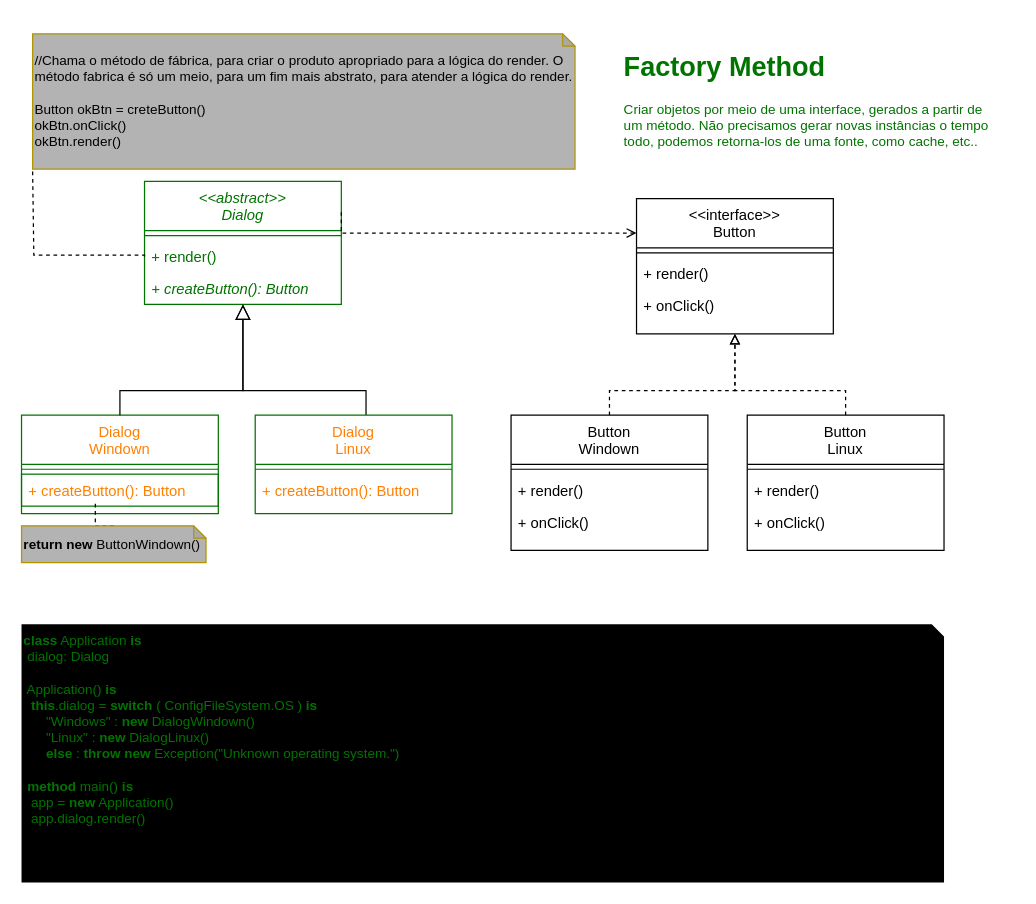
bcmes/diagrams keeps this draw.io diagram as page "Factory Method" (1 of 3) of Design Patterns.drawio. Above is the earlier version. Source tidied: cells renumbered, new cells numbered last; positions are measured from the earlier drawing's top-left corner, leaving out a move shared by most shapes. Both pictures are drawn from the tidied source at 123%, with x=0, y=0 at pixel (21, 33).
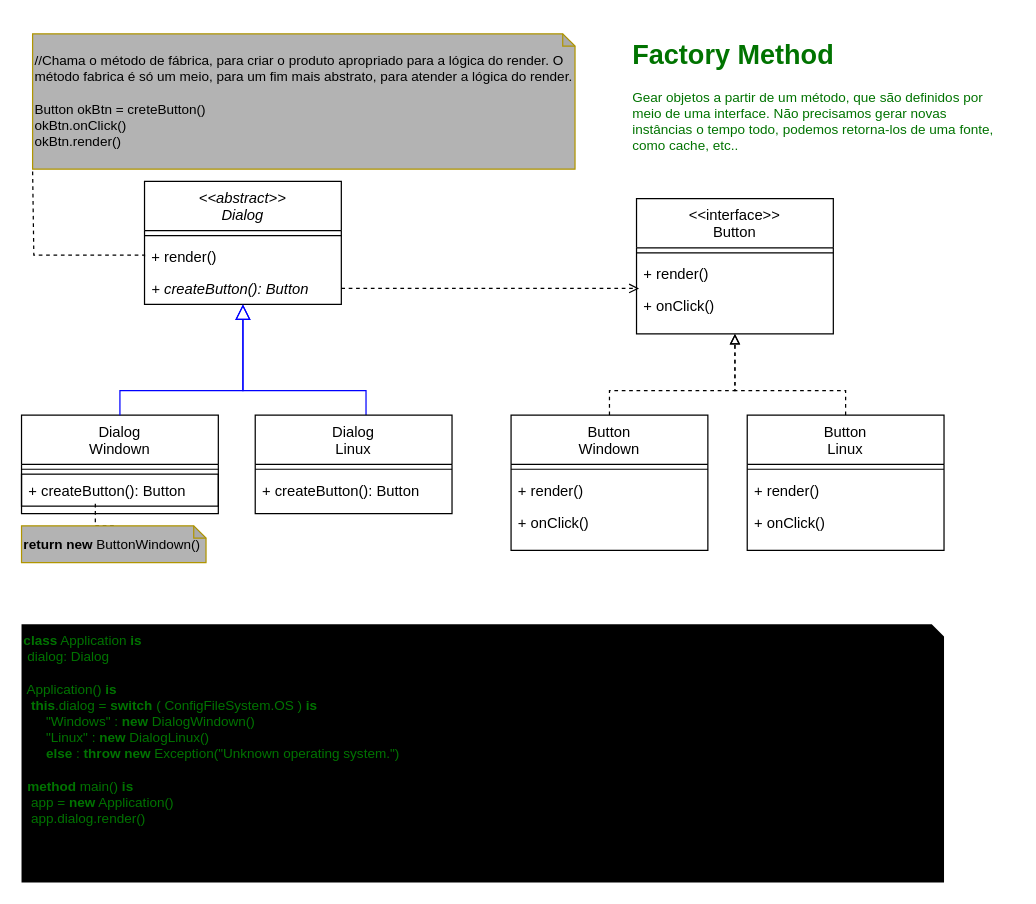
The same diagram, later.

Unchanged cells that the change refers to:
```xml
<mxCell id="12" value="&lt;&lt;interface&gt;&gt;&#10;Button" style="swimlane;fontStyle=0;align=center;verticalAlign=top;horizontal=1;startSize=40;rounded=0;shadow=0;strokeWidth=1;" parent="1" vertex="1">
  <mxGeometry x="500" y="134" width="160" height="110" as="geometry" />
</mxCell>
<mxCell id="14" value="+ render()" style="text;align=left;verticalAlign=top;spacingLeft=4;spacingRight=4;overflow=hidden;points=[[0,0.5],[1,0.5]];portConstraint=eastwest;" parent="12" vertex="1">
  <mxGeometry y="48" width="160" height="26" as="geometry" />
</mxCell>
```

What changed in the source:
```diff
@@
-    <mxCell id="2" value="&lt;&lt;abstract&gt;&gt;&#10;Dialog" style="swimlane;fontStyle=2;align=center;verticalAlign=top;horizontal=1;startSize=40;rounded=0;shadow=0;strokeWidth=1;fontColor=#007300;strokeColor=#007300;" parent="1" vertex="1">
+    <mxCell id="2" value="&lt;&lt;abstract&gt;&gt;&#10;Dialog" style="swimlane;fontStyle=2;align=center;verticalAlign=top;horizontal=1;startSize=40;rounded=0;shadow=0;strokeWidth=1;fontColor=#000000;strokeColor=#000000;" parent="1" vertex="1">
       <mxGeometry x="100" y="120" width="160" height="100" as="geometry" />
     </mxCell>
-    <mxCell id="3" style="line;html=1;strokeWidth=1;align=left;verticalAlign=middle;spacingTop=-1;spacingLeft=3;spacingRight=3;labelPosition=right;fontColor=#007300;strokeColor=#007300;" parent="2" vertex="1">
+    <mxCell id="3" style="line;html=1;strokeWidth=1;align=left;verticalAlign=middle;spacingTop=-1;spacingLeft=3;spacingRight=3;labelPosition=right;fontColor=#000000;strokeColor=#000000;" parent="2" vertex="1">
       <mxGeometry y="40" width="160" height="8" as="geometry" />
     </mxCell>
-    <mxCell id="4" value="+ render()" style="text;align=left;verticalAlign=top;spacingLeft=4;spacingRight=4;overflow=hidden;points=[[0,0.5],[1,0.5]];portConstraint=eastwest;fontColor=#007300;" parent="2" vertex="1">
+    <mxCell id="4" value="+ render()" style="text;align=left;verticalAlign=top;spacingLeft=4;spacingRight=4;overflow=hidden;points=[[0,0.5],[1,0.5]];portConstraint=eastwest;fontColor=#000000;" parent="2" vertex="1">
       <mxGeometry y="48" width="160" height="26" as="geometry" />
     </mxCell>
-    <mxCell id="5" value="+ createButton(): Button" style="text;align=left;verticalAlign=top;spacingLeft=4;spacingRight=4;overflow=hidden;points=[[0,0.5],[1,0.5]];portConstraint=eastwest;fontStyle=2;fontColor=#007300;" parent="2" vertex="1">
+    <mxCell id="5" value="+ createButton(): Button" style="text;align=left;verticalAlign=top;spacingLeft=4;spacingRight=4;overflow=hidden;points=[[0,0.5],[1,0.5]];portConstraint=eastwest;fontStyle=2;fontColor=#000000;" parent="2" vertex="1">
       <mxGeometry y="74" width="160" height="26" as="geometry" />
     </mxCell>
-    <mxCell id="6" value="Dialog&#10;Windown" style="swimlane;fontStyle=0;align=center;verticalAlign=top;horizontal=1;startSize=40;rounded=0;shadow=0;strokeWidth=1;strokeColor=#007300;fontColor=#FF8000;" parent="1" vertex="1">
+    <mxCell id="6" value="Dialog&#10;Windown" style="swimlane;fontStyle=0;align=center;verticalAlign=top;horizontal=1;startSize=40;rounded=0;shadow=0;strokeWidth=1;strokeColor=#000000;fontColor=#000000;" parent="1" vertex="1">
       <mxGeometry y="310" width="160" height="80" as="geometry" />
     </mxCell>
-    <mxCell id="7" style="line;html=1;strokeWidth=1;align=left;verticalAlign=middle;spacingTop=-1;spacingLeft=3;spacingRight=3;labelPosition=right;strokeColor=#007300;" parent="6" vertex="1">
+    <mxCell id="7" style="line;html=1;strokeWidth=1;align=left;verticalAlign=middle;spacingTop=-1;spacingLeft=3;spacingRight=3;labelPosition=right;strokeColor=#000000;" parent="6" vertex="1">
       <mxGeometry y="40" width="160" height="8" as="geometry" />
     </mxCell>
-    <mxCell id="8" value="+ createButton(): Button" style="text;align=left;verticalAlign=top;spacingLeft=4;spacingRight=4;overflow=hidden;points=[[0,0.5],[1,0.5]];portConstraint=eastwest;strokeColor=#007300;fontColor=#FF8000;" parent="6" vertex="1">
+    <mxCell id="8" value="+ createButton(): Button" style="text;align=left;verticalAlign=top;spacingLeft=4;spacingRight=4;overflow=hidden;points=[[0,0.5],[1,0.5]];portConstraint=eastwest;strokeColor=#000000;fontColor=#000000;" parent="6" vertex="1">
       <mxGeometry y="48" width="160" height="26" as="geometry" />
     </mxCell>
-    <mxCell id="9" style="endArrow=block;endSize=10;endFill=0;shadow=0;strokeWidth=1;rounded=0;edgeStyle=elbowEdgeStyle;elbow=vertical;exitX=0.5;exitY=0;exitDx=0;exitDy=0;entryX=0.5;entryY=1;entryDx=0;entryDy=0;" parent="1" edge="1" source="6" target="2">
+    <mxCell id="9" style="endArrow=block;endSize=10;endFill=0;shadow=0;strokeWidth=1;rounded=0;edgeStyle=elbowEdgeStyle;elbow=vertical;exitX=0.5;exitY=0;exitDx=0;exitDy=0;entryX=0.5;entryY=1;entryDx=0;entryDy=0;strokeColor=#0000FF;" parent="1" edge="1" source="6" target="2">
       <mxGeometry relative="1" as="geometry">
         <Array as="points">
           <mxPoint x="130" y="290" />
         </Array>
       </mxGeometry>
     </mxCell>
-    <mxCell id="10" style="endArrow=block;endSize=10;endFill=0;shadow=0;strokeWidth=1;rounded=0;edgeStyle=elbowEdgeStyle;elbow=vertical;exitX=0.563;exitY=0;exitDx=0;exitDy=0;exitPerimeter=0;entryX=0.5;entryY=1;entryDx=0;entryDy=0;" parent="1" edge="1" source="26" target="2">
+    <mxCell id="10" style="endArrow=block;endSize=10;endFill=0;shadow=0;strokeWidth=1;rounded=0;edgeStyle=elbowEdgeStyle;elbow=vertical;exitX=0.563;exitY=0;exitDx=0;exitDy=0;exitPerimeter=0;entryX=0.5;entryY=1;entryDx=0;entryDy=0;strokeColor=#0000FF;" parent="1" edge="1" source="26" target="2">
       <mxGeometry relative="1" as="geometry">
         <Array as="points">
           <mxPoint x="220" y="290" />
         </Array>
       </mxGeometry>
     </mxCell>
@@
-    <mxCell id="16" style="endArrow=open;shadow=0;strokeWidth=1;rounded=0;endFill=1;edgeStyle=elbowEdgeStyle;elbow=vertical;dashed=1;exitX=1;exitY=0.25;exitDx=0;exitDy=0;entryX=0;entryY=0.25;entryDx=0;entryDy=0;" parent="1" edge="1" source="2" target="12">
+    <mxCell id="16" style="endArrow=open;shadow=0;strokeWidth=1;rounded=0;endFill=1;edgeStyle=elbowEdgeStyle;elbow=vertical;dashed=1;exitX=1;exitY=0.5;exitDx=0;exitDy=0;entryX=0.013;entryY=0.962;entryDx=0;entryDy=0;entryPerimeter=0;" parent="1" edge="1" source="5" target="14">
       <mxGeometry x="0.5" y="41" relative="1" as="geometry">
         <Array as="points">
-          <mxPoint x="380" y="162" />
+          <mxPoint x="370" y="207" />
         </Array>
         <mxPoint x="-40" y="32" as="offset" />
       </mxGeometry>
     </mxCell>
@@
-    <mxCell id="26" value="Dialog&#10;Linux" style="swimlane;fontStyle=0;align=center;verticalAlign=top;horizontal=1;startSize=40;rounded=0;shadow=0;strokeWidth=1;strokeColor=#007300;fontColor=#FF8000;" parent="1" vertex="1">
+    <mxCell id="26" value="Dialog&#10;Linux" style="swimlane;fontStyle=0;align=center;verticalAlign=top;horizontal=1;startSize=40;rounded=0;shadow=0;strokeWidth=1;strokeColor=#000000;fontColor=#000000;" parent="1" vertex="1">
       <mxGeometry x="190" y="310" width="160" height="80" as="geometry" />
     </mxCell>
-    <mxCell id="27" style="line;html=1;strokeWidth=1;align=left;verticalAlign=middle;spacingTop=-1;spacingLeft=3;spacingRight=3;labelPosition=right;strokeColor=#007300;" parent="26" vertex="1">
+    <mxCell id="27" style="line;html=1;strokeWidth=1;align=left;verticalAlign=middle;spacingTop=-1;spacingLeft=3;spacingRight=3;labelPosition=right;strokeColor=#000000;" parent="26" vertex="1">
       <mxGeometry y="40" width="160" height="8" as="geometry" />
     </mxCell>
-    <mxCell id="28" value="+ createButton(): Button" style="text;align=left;verticalAlign=top;spacingLeft=4;spacingRight=4;overflow=hidden;fontColor=#FF8000;" parent="26" vertex="1">
+    <mxCell id="28" value="+ createButton(): Button" style="text;align=left;verticalAlign=top;spacingLeft=4;spacingRight=4;overflow=hidden;fontColor=#000000;" parent="26" vertex="1">
       <mxGeometry y="48" width="160" height="26" as="geometry" />
     </mxCell>
@@
-    <mxCell id="34" value="&lt;h1&gt;Factory Method&lt;/h1&gt;&lt;p&gt;Criar objetos por meio de uma interface, gerados a partir de um método. Não precisamos gerar novas instâncias o tempo todo, podemos retorna-los de uma fonte, como cache, etc..&lt;/p&gt;" style="text;html=1;strokeColor=none;fillColor=none;spacing=5;spacingTop=-20;whiteSpace=wrap;overflow=hidden;rounded=0;fontSize=11;fontColor=#007300;" parent="1" vertex="1">
-      <mxGeometry x="485" y="10" width="315" height="120" as="geometry" />
-    </mxCell>
+    <mxCell id="35" value="&lt;h1&gt;Factory Method&lt;/h1&gt;&lt;p&gt;Gear objetos a partir de um método, que são definidos por meio de uma interface. Não precisamos gerar novas instâncias o tempo todo, podemos retorna-los de uma fonte, como cache, etc..&lt;/p&gt;" style="text;html=1;strokeColor=none;fillColor=none;spacing=5;spacingTop=-20;whiteSpace=wrap;overflow=hidden;rounded=0;fontSize=11;fontColor=#007300;" parent="1" vertex="1">
+      <mxGeometry x="492" width="315" height="120" as="geometry" />
+    </mxCell>
```
